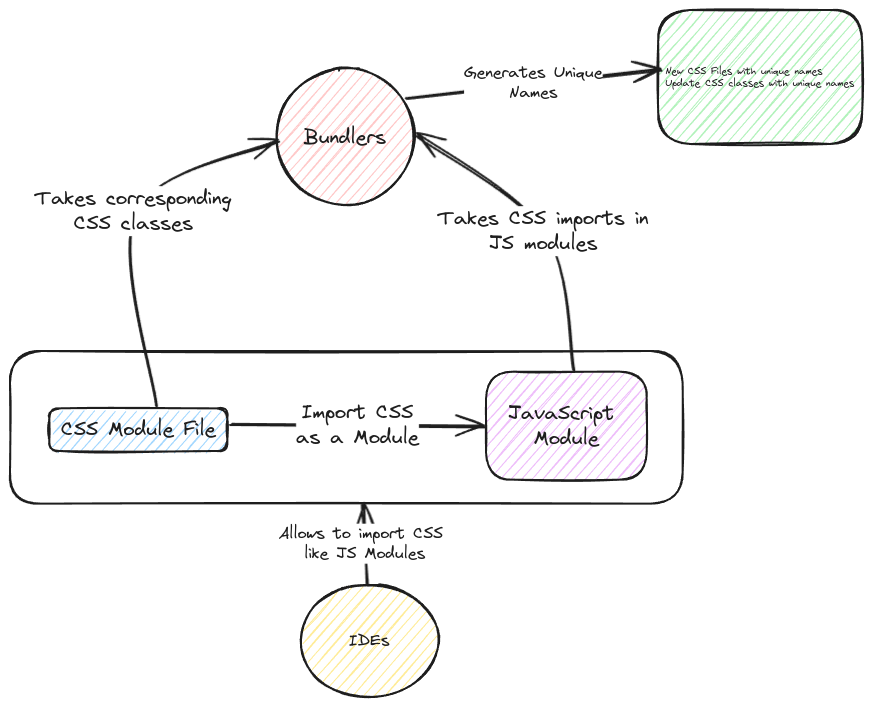
The Excalidraw diagram static/img/css-module.excalidraw.png in swaroopar/inprogress-engineer, before a commit. Source tidied: one line per element, renumbered; positions are measured from the earlier drawing's top-left corner, leaving out a move shared by most shapes.
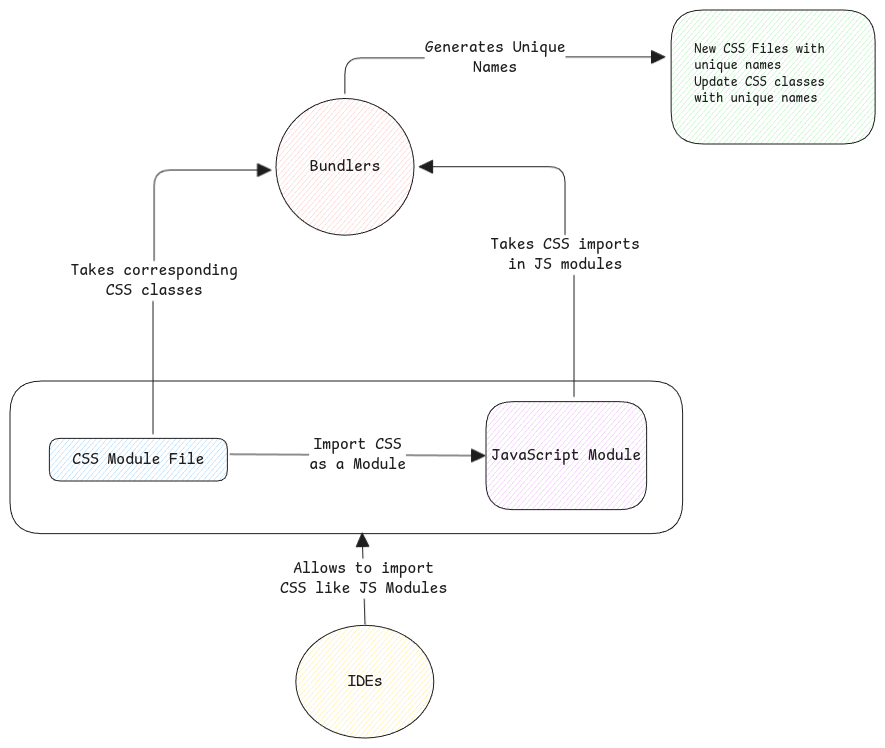
The same file after the commit.

The edit, as a diff of the source:
```diff
@@ -1,21 +1,21 @@
-{"id": 0, "type": "rectangle", "strokeColor": "#1e1e1e", "backgroundColor": "#a5d8ff", "fillStyle": "hachure", "strokeWidth": 2, "roughness": 1, "round": true, "x": 39, "y": 398, "width": 178, "height": 43}
+{"id": 0, "type": "rectangle", "strokeColor": "#1e1e1e", "backgroundColor": "#a5d8ff", "fillStyle": "hachure", "strokeWidth": 1, "roughness": 0, "round": true, "x": 39, "y": 398, "width": 178, "height": 43}
-{"id": 1, "type": "text", "text": "CSS Module File", "strokeColor": "#1e1e1e", "strokeWidth": 2, "roughness": 1, "fontSize": 20, "fontFamily": 1, "textAlign": "center", "verticalAlign": "middle", "inside": 0, "x": 51, "y": 407, "width": 155, "height": 25}
+{"id": 1, "type": "text", "text": "CSS Module File", "strokeColor": "#1e1e1e", "strokeWidth": 2, "roughness": 1, "fontSize": 16, "fontFamily": 8, "textAlign": "center", "verticalAlign": "middle", "inside": 0, "x": 62, "y": 410, "width": 132, "height": 20}
-{"id": 2, "type": "rectangle", "strokeColor": "#1e1e1e", "backgroundColor": "#eebefa", "fillStyle": "hachure", "strokeWidth": 2, "roughness": 1, "round": true, "x": 476, "y": 362, "width": 161, "height": 108}
+{"id": 2, "type": "rectangle", "strokeColor": "#1e1e1e", "backgroundColor": "#eebefa", "fillStyle": "hachure", "strokeWidth": 1, "roughness": 0, "round": true, "x": 476, "y": 362, "width": 161, "height": 108}
-{"id": 3, "type": "text", "text": "JavaScript \nModule", "strokeColor": "#1e1e1e", "strokeWidth": 2, "roughness": 1, "fontSize": 20, "fontFamily": 1, "textAlign": "center", "verticalAlign": "middle", "inside": 2, "x": 498, "y": 391, "width": 116, "height": 50}
+{"id": 3, "type": "text", "text": "JavaScript Module", "strokeColor": "#1e1e1e", "strokeWidth": 2, "roughness": 1, "fontSize": 16, "fontFamily": 8, "textAlign": "center", "verticalAlign": "middle", "inside": 2, "x": 482, "y": 406, "width": 150, "height": 20}
-{"id": 4, "type": "arrow", "strokeColor": "#1e1e1e", "strokeWidth": 2, "roughness": 1, "endArrowhead": "arrow", "round": true, "from": 0, "to": 2, "x": 220, "y": 414, "width": 255, "height": 1, "points": [[0, 0], [255, 1]]}
+{"id": 4, "type": "arrow", "strokeColor": "#1e1e1e", "strokeWidth": 1, "roughness": 0, "endArrowhead": "triangle", "round": true, "from": 0, "to": 2, "x": 220, "y": 414, "width": 255, "height": 1, "points": [[0, 0], [255, 1]]}
-{"id": 5, "type": "text", "text": "Import CSS\nas a Module", "strokeColor": "#1e1e1e", "strokeWidth": 2, "roughness": 1, "fontSize": 20, "fontFamily": 1, "textAlign": "center", "verticalAlign": "middle", "inside": 4, "x": 312, "y": 296, "width": 123, "height": 50}
+{"id": 5, "type": "text", "text": "Import CSS\nas a Module", "strokeColor": "#1e1e1e", "strokeWidth": 2, "roughness": 1, "fontSize": 16, "fontFamily": 8, "textAlign": "center", "verticalAlign": "middle", "inside": 4, "x": 299, "y": 395, "width": 97, "height": 40}
-{"id": 6, "type": "rectangle", "strokeColor": "#1e1e1e", "strokeWidth": 2, "roughness": 1, "round": true, "x": 0, "y": 341, "width": 673, "height": 153}
+{"id": 6, "type": "rectangle", "strokeColor": "#1e1e1e", "strokeWidth": 1, "roughness": 0, "round": true, "x": 0, "y": 341, "width": 673, "height": 153}
-{"id": 7, "type": "ellipse", "strokeColor": "#1e1e1e", "backgroundColor": "#ffc9c9", "fillStyle": "hachure", "strokeWidth": 2, "roughness": 1, "round": true, "x": 266, "y": 58, "width": 138, "height": 137}
+{"id": 7, "type": "ellipse", "strokeColor": "#1e1e1e", "backgroundColor": "#ffc9c9", "fillStyle": "hachure", "strokeWidth": 1, "roughness": 0, "round": true, "x": 266, "y": 58, "width": 138, "height": 137}
-{"id": 8, "type": "text", "text": "Bundlers", "strokeColor": "#1e1e1e", "strokeWidth": 2, "roughness": 1, "fontSize": 20, "fontFamily": 1, "textAlign": "center", "verticalAlign": "middle", "inside": 7, "x": 294, "y": 115, "width": 82, "height": 25}
+{"id": 8, "type": "text", "text": "Bundlers", "strokeColor": "#1e1e1e", "strokeWidth": 2, "roughness": 1, "fontSize": 16, "fontFamily": 8, "textAlign": "center", "verticalAlign": "middle", "inside": 7, "x": 300, "y": 117, "width": 70, "height": 20}
-{"id": 9, "type": "arrow", "strokeColor": "#1e1e1e", "strokeWidth": 2, "roughness": 1, "endArrowhead": "arrow", "round": true, "from": 2, "to": 7, "x": 563, "y": 358, "width": 159, "height": 235, "points": [[0, 0], [-30, -137], [-159, -235]]}
+{"id": 9, "type": "arrow", "strokeColor": "#1e1e1e", "strokeWidth": 1, "roughness": 0, "endArrowhead": "triangle", "from": 2, "to": 7, "x": 564, "y": 357, "width": 155, "height": 230, "points": [[0, 0], [0, -142], [-9, -142], [-9, -230], [-155, -230]]}
-{"id": 10, "type": "text", "text": "Takes CSS imports in\nJS modules", "strokeColor": "#1e1e1e", "strokeWidth": 2, "roughness": 1, "fontSize": 20, "fontFamily": 1, "textAlign": "center", "verticalAlign": "middle", "inside": 9, "x": 428, "y": 196, "width": 211, "height": 50}
+{"id": 10, "type": "text", "text": "Takes CSS imports\nin JS modules", "strokeColor": "#1e1e1e", "strokeWidth": 2, "roughness": 1, "fontSize": 16, "fontFamily": 8, "textAlign": "center", "verticalAlign": "middle", "inside": 9, "x": 489, "y": 77, "width": 150, "height": 40}
-{"id": 11, "type": "arrow", "strokeColor": "#1e1e1e", "strokeWidth": 2, "roughness": 1, "endArrowhead": "arrow", "round": true, "from": 0, "x": 143, "y": 394, "width": 143, "height": 265, "points": [[0, 0], [-19, -193], [124, -265]]}
+{"id": 11, "type": "arrow", "strokeColor": "#1e1e1e", "strokeWidth": 1, "roughness": 0, "endArrowhead": "triangle", "from": 0, "to": 7, "x": 143, "y": 394, "width": 118, "height": 264, "points": [[0, 0], [0, -153], [1, -153], [1, -264], [118, -264]]}
-{"id": 12, "type": "text", "text": "Takes corresponding\nCSS classes", "strokeColor": "#1e1e1e", "strokeWidth": 2, "roughness": 1, "fontSize": 20, "fontFamily": 1, "textAlign": "center", "verticalAlign": "middle", "inside": 11, "x": 25, "y": 176, "width": 196, "height": 50}
+{"id": 12, "type": "text", "text": "Takes corresponding\nCSS classes", "strokeColor": "#1e1e1e", "strokeWidth": 2, "roughness": 1, "fontSize": 16, "fontFamily": 8, "textAlign": "center", "verticalAlign": "middle", "inside": 11, "x": 59, "y": 110, "width": 167, "height": 40}
-{"id": 13, "type": "rectangle", "strokeColor": "#1e1e1e", "backgroundColor": "#b2f2bb", "fillStyle": "hachure", "strokeWidth": 2, "roughness": 1, "round": true, "x": 648, "y": 0, "width": 204, "height": 134}
+{"id": 13, "type": "rectangle", "strokeColor": "#1e1e1e", "backgroundColor": "#b2f2bb", "fillStyle": "hachure", "strokeWidth": 1, "roughness": 0, "round": true, "x": 661, "y": -30, "width": 204, "height": 134}
-{"id": 14, "type": "text", "text": "New CSS Files with unique names\nUpdate CSS classes with unique names", "strokeColor": "#1e1e1e", "strokeWidth": 2, "roughness": 1, "fontSize": 9.87, "fontFamily": 1, "x": 655, "y": 56, "width": 189, "height": 25}
+{"id": 14, "type": "text", "text": "New CSS Files with\nunique names\nUpdate CSS classes\nwith unique names", "strokeColor": "#1e1e1e", "strokeWidth": 1, "roughness": 0, "fontSize": 13.2, "fontFamily": 8, "x": 684, "y": 1, "width": 152, "height": 66}
-{"id": 15, "type": "arrow", "strokeColor": "#1e1e1e", "strokeWidth": 2, "roughness": 1, "endArrowhead": "arrow", "round": true, "from": 7, "to": 14, "x": 396, "y": 87, "width": 255, "height": 28, "points": [[0, 0], [255, -28]]}
+{"id": 15, "type": "arrow", "strokeColor": "#1e1e1e", "strokeWidth": 1, "roughness": 0, "endArrowhead": "triangle", "from": 7, "x": 335, "y": 53, "width": 320, "height": 36, "points": [[0, 0], [0, -35], [150, -35], [150, -36], [320, -36]]}
-{"id": 16, "type": "text", "text": "Generates Unique\nNames", "strokeColor": "#1e1e1e", "strokeWidth": 2, "roughness": 1, "fontSize": 16, "fontFamily": 1, "textAlign": "center", "verticalAlign": "middle", "inside": 15, "x": 438, "y": 53, "width": 139, "height": 40}
+{"id": 16, "type": "text", "text": "Generates Unique\nNames", "strokeColor": "#1e1e1e", "strokeWidth": 2, "roughness": 1, "fontSize": 16, "fontFamily": 8, "textAlign": "center", "verticalAlign": "middle", "inside": 15, "x": 361, "y": 11, "width": 141, "height": 40}
-{"id": 17, "type": "ellipse", "strokeColor": "#1e1e1e", "backgroundColor": "#ffec99", "fillStyle": "hachure", "strokeWidth": 2, "roughness": 1, "round": true, "x": 290, "y": 574, "width": 138, "height": 113}
+{"id": 17, "type": "ellipse", "strokeColor": "#1e1e1e", "backgroundColor": "#ffec99", "fillStyle": "hachure", "strokeWidth": 1, "roughness": 0, "round": true, "x": 286, "y": 585, "width": 138, "height": 113}
-{"id": 18, "type": "text", "text": "IDEs", "strokeColor": "#1e1e1e", "strokeWidth": 2, "roughness": 1, "fontSize": 16, "fontFamily": 1, "textAlign": "center", "verticalAlign": "middle", "inside": 17, "x": 339, "y": 621, "width": 41, "height": 20}
+{"id": 18, "type": "text", "text": "IDEs", "strokeColor": "#1e1e1e", "strokeWidth": 2, "roughness": 1, "fontSize": 16, "fontFamily": 8, "textAlign": "center", "verticalAlign": "middle", "inside": 17, "x": 337, "y": 632, "width": 35, "height": 20}
-{"id": 19, "type": "arrow", "strokeColor": "#1e1e1e", "strokeWidth": 2, "roughness": 1, "endArrowhead": "arrow", "round": true, "from": 17, "x": 357, "y": 574, "width": 5, "height": 81, "points": [[0, 0], [-5, -81]]}
+{"id": 19, "type": "arrow", "strokeColor": "#1e1e1e", "strokeWidth": 1, "roughness": 0, "endArrowhead": "triangle", "round": true, "from": 17, "x": 355, "y": 584, "width": 3, "height": 91, "points": [[0, 0], [-3, -91]]}
-{"id": 20, "type": "text", "text": "Allows to import CSS \nlike JS Modules", "strokeColor": "#1e1e1e", "strokeWidth": 2, "roughness": 1, "fontSize": 16, "fontFamily": 1, "textAlign": "center", "verticalAlign": "middle", "inside": 19, "x": 269, "y": 514, "width": 172, "height": 40}
+{"id": 20, "type": "text", "text": "Allows to import\nCSS like JS Modules", "strokeColor": "#1e1e1e", "strokeWidth": 2, "roughness": 1, "fontSize": 16, "fontFamily": 8, "textAlign": "center", "verticalAlign": "middle", "inside": 19, "x": 271, "y": 514, "width": 167, "height": 40}
```
